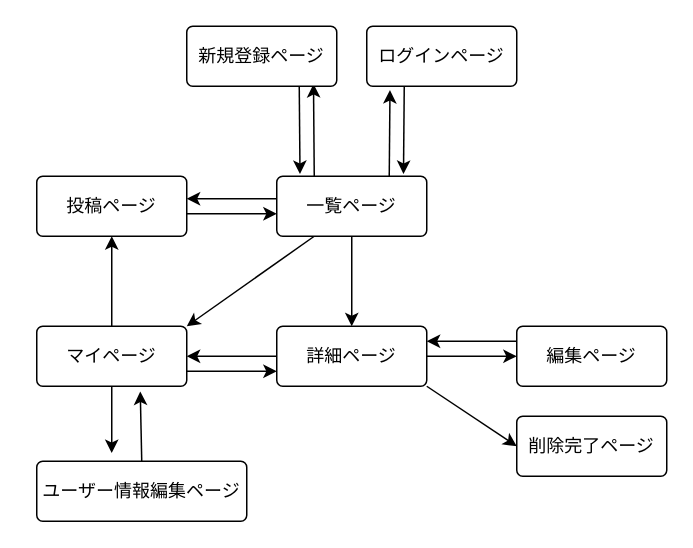
Above: 画面遷移図.dio in misuzu5/favorite-things-100 (draw.io), before the change. Source tidied: cells renumbered, new cells numbered last; positions are measured from the earlier drawing's top-left corner, leaving out a move shared by most shapes. Both pictures are drawn from the tidied source at 150%, with x=0, y=0 at pixel (36, 26).
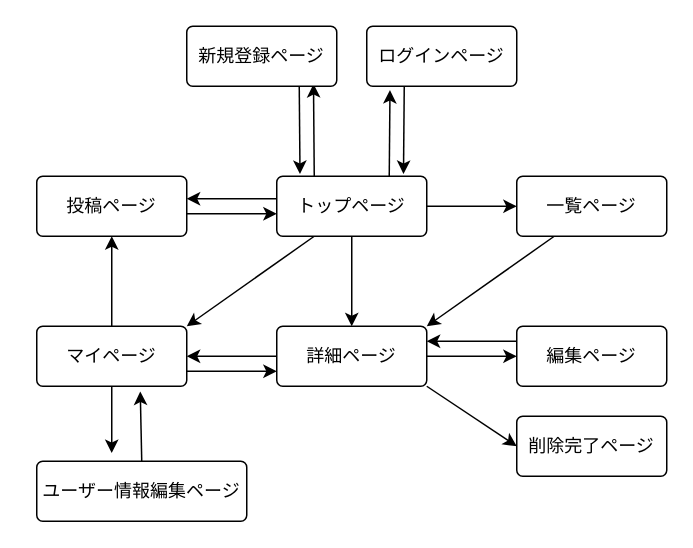
After the change.

The change refers to these unchanged cells:
```xml
<mxCell id="15" value="詳細ページ" style="rounded=1;arcSize=10;whiteSpace=wrap;html=1;align=center;fontColor=#000000;fillColor=#FFFFFF;" parent="1" vertex="1">
  <mxGeometry x="160" y="200" width="100" height="40" as="geometry" />
</mxCell>
```

Diff of the diagram source:
```diff
@@
+    <mxCell id="27" style="edgeStyle=none;html=1;exitX=1;exitY=0.5;exitDx=0;exitDy=0;entryX=0;entryY=0.5;entryDx=0;entryDy=0;" parent="1" edge="1" source="6" target="29">
+      <mxGeometry relative="1" as="geometry" />
+    </mxCell>
-    <mxCell id="6" value="一覧ページ" style="rounded=1;arcSize=10;whiteSpace=wrap;html=1;align=center;fontColor=#000000;fillColor=#FFFFFF;" parent="1" vertex="1">
+    <mxCell id="6" value="トップページ" style="rounded=1;arcSize=10;whiteSpace=wrap;html=1;align=center;fontColor=#000000;fillColor=#FFFFFF;" parent="1" vertex="1">
       <mxGeometry x="160" y="100" width="100" height="40" as="geometry" />
     </mxCell>
@@
+    <mxCell id="28" style="edgeStyle=none;html=1;exitX=0.25;exitY=1;exitDx=0;exitDy=0;entryX=1;entryY=0;entryDx=0;entryDy=0;" parent="1" edge="1" source="29" target="15">
+      <mxGeometry relative="1" as="geometry" />
+    </mxCell>
+    <mxCell id="29" value="一覧ページ" style="rounded=1;arcSize=10;whiteSpace=wrap;html=1;align=center;fontColor=#000000;fillColor=#FFFFFF;" parent="1" vertex="1">
+      <mxGeometry x="320" y="100" width="100" height="40" as="geometry" />
+    </mxCell>
```
